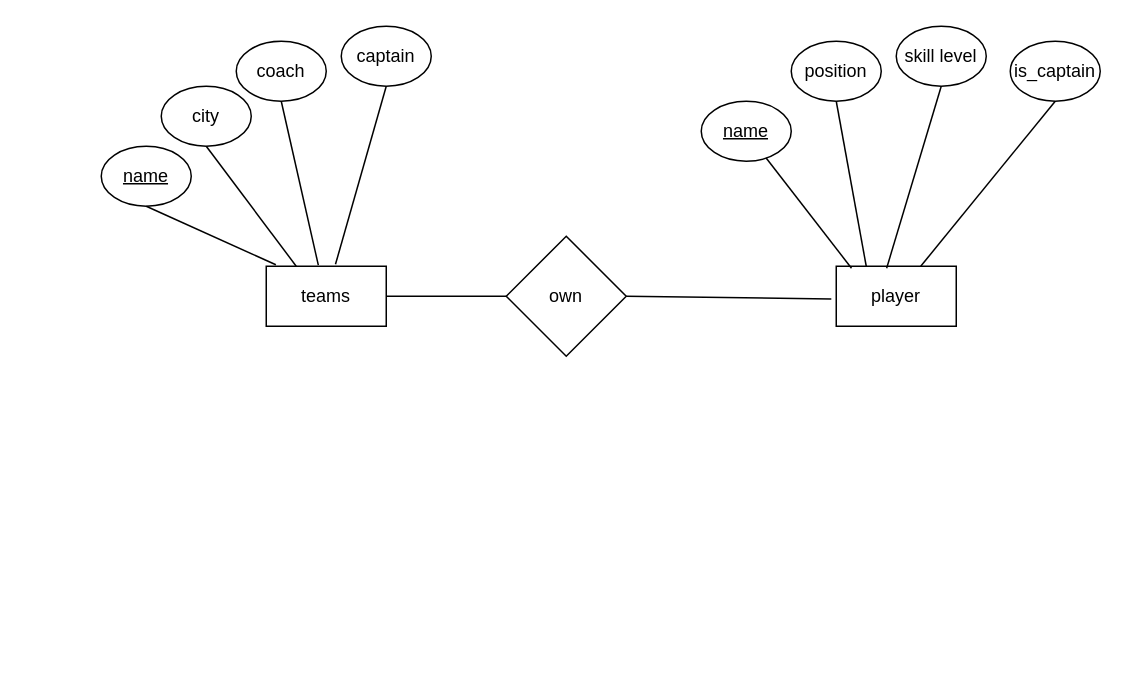
This is hw2_part8A.drawio from jamessu1201/Database_System, a draw.io file, before an edit. Source tidied: cells renumbered, new cells numbered last; positions are measured from the earlier drawing's top-left corner, leaving out a move shared by most shapes. Both pictures are drawn from the tidied source at 150%, with x=0, y=0 at pixel (100, 26).
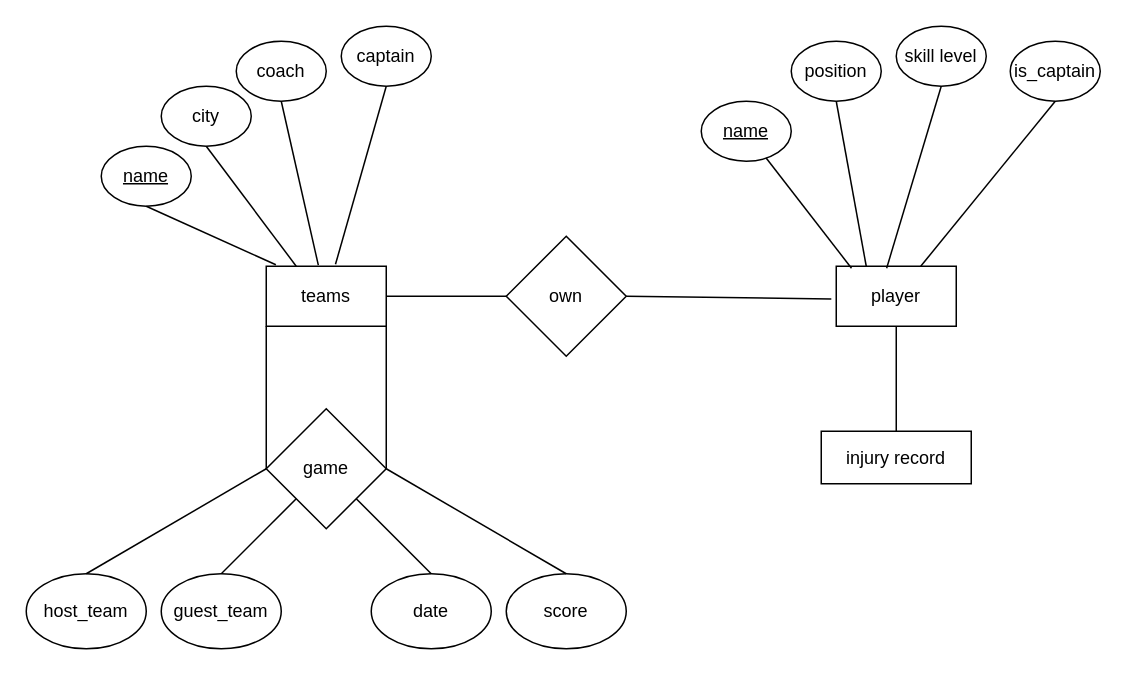
The same diagram, later.

Unchanged cells that the change refers to:
```xml
<mxCell id="2" value="teams" style="rounded=0;whiteSpace=wrap;html=1;" parent="1" vertex="1">
  <mxGeometry x="110" y="160" width="80" height="40" as="geometry" />
</mxCell>
<mxCell id="12" value="player" style="rounded=0;whiteSpace=wrap;html=1;" parent="1" vertex="1">
  <mxGeometry x="490" y="160" width="80" height="40" as="geometry" />
</mxCell>
```

Change to the diagram source:
```diff
@@
+    <mxCell id="23" value="host_team" style="ellipse;whiteSpace=wrap;html=1;" parent="1" vertex="1">
+      <mxGeometry x="-50" y="365" width="80" height="50" as="geometry" />
+    </mxCell>
+    <mxCell id="24" style="endArrow=none;html=1;rounded=0;entryX=0;entryY=0.5;entryDx=0;entryDy=0;exitX=0;exitY=1;exitDx=0;exitDy=0;" parent="1" edge="1" source="2" target="31">
+      <mxGeometry relative="1" as="geometry" />
+    </mxCell>
+    <mxCell id="25" value="guest_team" style="ellipse;whiteSpace=wrap;html=1;" parent="1" vertex="1">
+      <mxGeometry x="40" y="365" width="80" height="50" as="geometry" />
+    </mxCell>
+    <mxCell id="26" style="endArrow=none;html=1;rounded=0;entryX=1;entryY=1;entryDx=0;entryDy=0;exitX=1;exitY=0.5;exitDx=0;exitDy=0;" parent="1" edge="1" source="31" target="2">
+      <mxGeometry relative="1" as="geometry" />
+    </mxCell>
+    <mxCell id="27" value="date" style="ellipse;whiteSpace=wrap;html=1;" parent="1" vertex="1">
+      <mxGeometry x="180" y="365" width="80" height="50" as="geometry" />
+    </mxCell>
+    <mxCell id="28" style="endArrow=none;html=1;rounded=0;entryX=1;entryY=1;entryDx=0;entryDy=0;exitX=0.5;exitY=0;exitDx=0;exitDy=0;" parent="1" edge="1" source="27" target="31">
+      <mxGeometry relative="1" as="geometry" />
+    </mxCell>
+    <mxCell id="29" value="score" style="ellipse;whiteSpace=wrap;html=1;" parent="1" vertex="1">
+      <mxGeometry x="270" y="365" width="80" height="50" as="geometry" />
+    </mxCell>
+    <mxCell id="30" style="endArrow=none;html=1;rounded=0;entryX=0.5;entryY=0;entryDx=0;entryDy=0;exitX=1;exitY=0.5;exitDx=0;exitDy=0;" parent="1" edge="1" source="31" target="29">
+      <mxGeometry relative="1" as="geometry" />
+    </mxCell>
+    <mxCell id="31" value="game" style="rhombus;whiteSpace=wrap;html=1;" parent="1" vertex="1">
+      <mxGeometry x="110" y="255" width="80" height="80" as="geometry" />
+    </mxCell>
+    <mxCell id="32" style="endArrow=none;html=1;rounded=0;entryX=0;entryY=1;entryDx=0;entryDy=0;exitX=0.5;exitY=0;exitDx=0;exitDy=0;" parent="1" edge="1" source="25" target="31">
+      <mxGeometry relative="1" as="geometry" />
+    </mxCell>
+    <mxCell id="33" style="endArrow=none;html=1;rounded=0;entryX=0;entryY=0.5;entryDx=0;entryDy=0;exitX=0.5;exitY=0;exitDx=0;exitDy=0;" parent="1" edge="1" source="23" target="31">
+      <mxGeometry relative="1" as="geometry" />
+    </mxCell>
+    <mxCell id="34" style="endArrow=none;html=1;rounded=0;entryX=0.5;entryY=1;entryDx=0;entryDy=0;exitX=0.5;exitY=0;exitDx=0;exitDy=0;" parent="1" edge="1" source="35" target="12">
+      <mxGeometry relative="1" as="geometry" />
+    </mxCell>
+    <mxCell id="35" value="injury record" style="rounded=0;whiteSpace=wrap;html=1;" parent="1" vertex="1">
+      <mxGeometry x="480" y="270" width="100" height="35" as="geometry" />
+    </mxCell>
```
